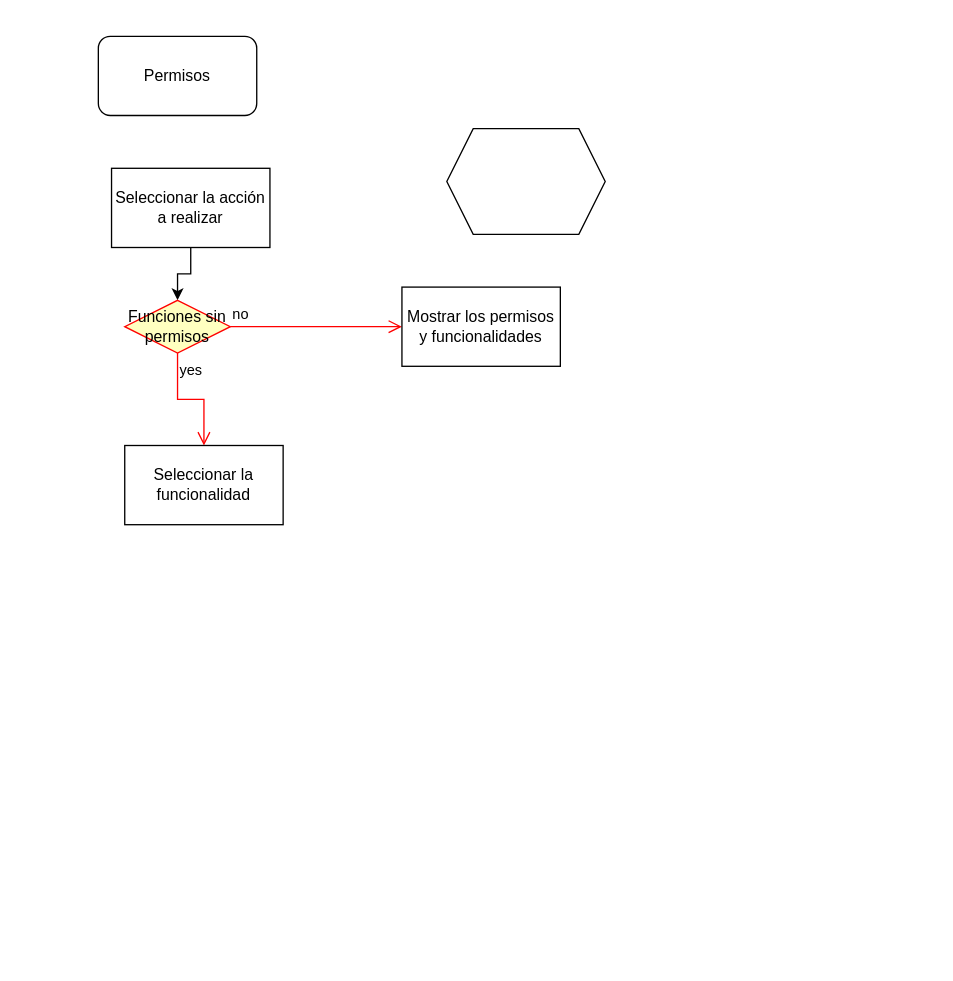
Before: page "Permisos" (2 of 3) of Proyecto.drawio in rrpovando/ProyectoDB, a draw.io diagram. Source tidied: cells renumbered, new cells numbered last; positions are measured from the earlier drawing's top-left corner, leaving out a move shared by most shapes. Both pictures are drawn from the tidied source at 132%, with x=0, y=0 at pixel (98, 36).
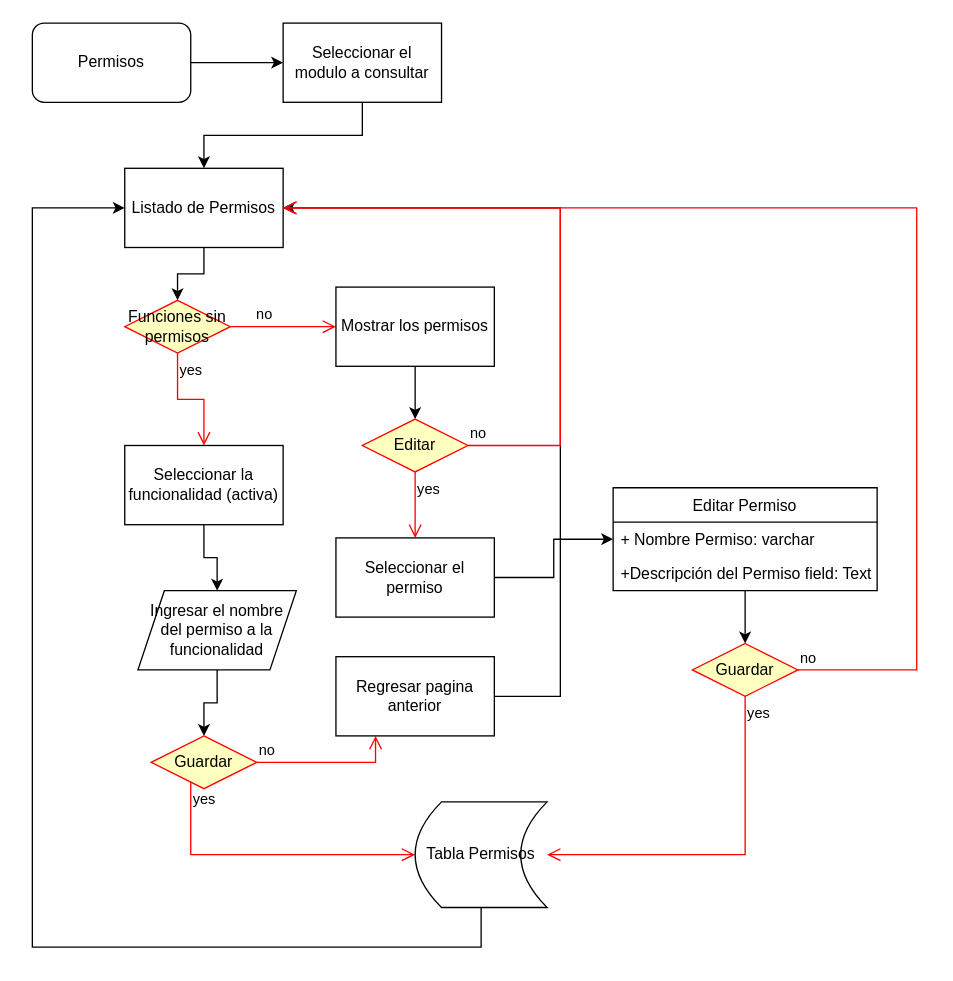
The same page after the edit.

Unchanged cells that the change refers to:
```xml
<mxCell id="6" value="Funciones sin permisos" style="rhombus;whiteSpace=wrap;html=1;fillColor=#ffffc0;strokeColor=#ff0000;" parent="1" vertex="1">
  <mxGeometry x="20" y="200" width="80" height="40" as="geometry" />
</mxCell>
```

The edit, as a diff of the source:
```diff
@@
+    <mxCell id="11" style="edgeStyle=orthogonalEdgeStyle;rounded=0;jettySize=auto;html=1;" parent="1" edge="1" source="2" target="5">
+      <mxGeometry relative="1" as="geometry" />
+    </mxCell>
     <mxCell id="2" value="Permisos" style="rounded=1;whiteSpace=wrap;html=1;" parent="1" vertex="1">
-      <mxGeometry width="120" height="60" as="geometry" />
+      <mxGeometry x="-50" y="-10" width="120" height="60" as="geometry" />
     </mxCell>
-    <mxCell id="3" style="shape=hexagon;perimeter=hexagonPerimeter2;whiteSpace=wrap;html=1;fixedSize=1;" parent="1" vertex="1">
-      <mxGeometry x="264" y="70" width="120" height="80" as="geometry" />
-    </mxCell>
-    <mxCell id="4" style="edgeStyle=orthogonalEdgeStyle;rounded=0;jettySize=auto;html=1;" parent="1" edge="1" source="5" target="6">
+    <mxCell id="4" style="edgeStyle=orthogonalEdgeStyle;rounded=0;jettySize=auto;html=1;entryX=0.5;entryY=0;entryDx=0;entryDy=0;" parent="1" edge="1" source="5" target="22">
       <mxGeometry relative="1" as="geometry" />
     </mxCell>
-    <mxCell id="5" value="Seleccionar la acción a realizar" style="rounded=0;whiteSpace=wrap;html=1;" parent="1" vertex="1">
-      <mxGeometry x="10" y="100" width="120" height="60" as="geometry" />
+    <mxCell id="5" value="Seleccionar el modulo a consultar" style="rounded=0;whiteSpace=wrap;html=1;" parent="1" vertex="1">
+      <mxGeometry x="140" y="-10" width="120" height="60" as="geometry" />
     </mxCell>
@@
     <mxCell id="7" value="no" style="edgeStyle=orthogonalEdgeStyle;html=1;align=left;verticalAlign=bottom;endArrow=open;endSize=8;strokeColor=#ff0000;rounded=0;entryX=0;entryY=0.5;entryDx=0;entryDy=0;" parent="1" edge="1" source="6" target="10">
-      <mxGeometry x="-1" relative="1" as="geometry" />
+      <mxGeometry x="-0.54" relative="1" as="geometry" />
     </mxCell>
@@
+    <mxCell id="12" style="edgeStyle=orthogonalEdgeStyle;rounded=0;jettySize=auto;html=1;" parent="1" edge="1" source="9" target="15">
+      <mxGeometry relative="1" as="geometry" />
+    </mxCell>
-    <mxCell id="9" value="Seleccionar la funcionalidad" style="rounded=0;whiteSpace=wrap;html=1;" parent="1" vertex="1">
+    <mxCell id="9" value="Seleccionar la funcionalidad (activa)" style="rounded=0;whiteSpace=wrap;html=1;" parent="1" vertex="1">
       <mxGeometry x="20" y="310" width="120" height="60" as="geometry" />
     </mxCell>
+    <mxCell id="13" style="edgeStyle=orthogonalEdgeStyle;rounded=0;jettySize=auto;html=1;" parent="1" edge="1" source="10" target="23">
+      <mxGeometry relative="1" as="geometry" />
+    </mxCell>
-    <mxCell id="10" value="Mostrar los permisos y funcionalidades" style="rounded=0;whiteSpace=wrap;html=1;" parent="1" vertex="1">
-      <mxGeometry x="230" y="190" width="120" height="60" as="geometry" />
+    <mxCell id="10" value="Mostrar los permisos" style="rounded=0;whiteSpace=wrap;html=1;" parent="1" vertex="1">
+      <mxGeometry x="180" y="190" width="120" height="60" as="geometry" />
     </mxCell>
+    <mxCell id="14" style="edgeStyle=orthogonalEdgeStyle;rounded=0;jettySize=auto;html=1;" parent="1" edge="1" source="15" target="16">
+      <mxGeometry relative="1" as="geometry" />
+    </mxCell>
+    <mxCell id="15" value="Ingresar el nombre del permiso a la funcionalidad" style="shape=parallelogram;perimeter=parallelogramPerimeter;whiteSpace=wrap;html=1;fixedSize=1;" parent="1" vertex="1">
+      <mxGeometry x="30" y="420" width="120" height="60" as="geometry" />
+    </mxCell>
+    <mxCell id="16" value="Guardar" style="rhombus;whiteSpace=wrap;html=1;fillColor=#ffffc0;strokeColor=#ff0000;" parent="1" vertex="1">
+      <mxGeometry x="40" y="530" width="80" height="40" as="geometry" />
+    </mxCell>
+    <mxCell id="17" value="no" style="edgeStyle=orthogonalEdgeStyle;html=1;align=left;verticalAlign=bottom;endArrow=open;endSize=8;strokeColor=#ff0000;rounded=0;" parent="1" edge="1" source="16" target="19">
+      <mxGeometry x="-1" relative="1" as="geometry">
+        <Array as="points">
+          <mxPoint x="210" y="550" />
+          <mxPoint x="210" y="490" />
+        </Array>
+      </mxGeometry>
+    </mxCell>
+    <mxCell id="18" value="yes" style="edgeStyle=orthogonalEdgeStyle;html=1;align=left;verticalAlign=top;endArrow=open;endSize=8;strokeColor=#ff0000;rounded=0;" parent="1" edge="1" source="16" target="35">
+      <mxGeometry x="-1" relative="1" as="geometry">
+        <Array as="points">
+          <mxPoint x="70" y="550" />
+        </Array>
+      </mxGeometry>
+    </mxCell>
+    <mxCell id="19" value="Regresar pagina anterior" style="rounded=0;whiteSpace=wrap;html=1;" parent="1" vertex="1">
+      <mxGeometry x="180" y="470" width="120" height="60" as="geometry" />
+    </mxCell>
+    <mxCell id="20" style="endArrow=classic;html=1;rounded=0;exitX=1;exitY=0.5;exitDx=0;exitDy=0;entryX=1;entryY=0.5;entryDx=0;entryDy=0;" parent="1" edge="1" source="19" target="22">
+      <mxGeometry relative="1" as="geometry">
+        <Array as="points">
+          <mxPoint x="350" y="500" />
+          <mxPoint x="350" y="130" />
+        </Array>
+      </mxGeometry>
+    </mxCell>
+    <mxCell id="21" style="edgeStyle=orthogonalEdgeStyle;rounded=0;jettySize=auto;html=1;" parent="1" edge="1" source="22" target="6">
+      <mxGeometry relative="1" as="geometry" />
+    </mxCell>
+    <mxCell id="22" value="Listado de Permisos" style="rounded=0;whiteSpace=wrap;html=1;fillColor=none;" parent="1" vertex="1">
+      <mxGeometry x="20" y="100" width="120" height="60" as="geometry" />
+    </mxCell>
+    <mxCell id="23" value="Editar" style="rhombus;whiteSpace=wrap;html=1;fillColor=#ffffc0;strokeColor=#ff0000;" parent="1" vertex="1">
+      <mxGeometry x="200" y="290" width="80" height="40" as="geometry" />
+    </mxCell>
+    <mxCell id="24" value="no" style="edgeStyle=orthogonalEdgeStyle;html=1;align=left;verticalAlign=bottom;endArrow=open;endSize=8;strokeColor=#ff0000;rounded=0;entryX=1;entryY=0.5;entryDx=0;entryDy=0;" parent="1" edge="1" source="23" target="22">
+      <mxGeometry x="-1" relative="1" as="geometry">
+        <Array as="points">
+          <mxPoint x="350" y="310" />
+          <mxPoint x="350" y="130" />
+        </Array>
+      </mxGeometry>
+    </mxCell>
+    <mxCell id="25" value="yes" style="edgeStyle=orthogonalEdgeStyle;html=1;align=left;verticalAlign=top;endArrow=open;endSize=8;strokeColor=#ff0000;rounded=0;entryX=0.5;entryY=0;entryDx=0;entryDy=0;" parent="1" edge="1" source="23" target="27">
+      <mxGeometry x="-1" relative="1" as="geometry" />
+    </mxCell>
+    <mxCell id="26" style="edgeStyle=orthogonalEdgeStyle;rounded=0;jettySize=auto;html=1;entryX=0;entryY=0.5;entryDx=0;entryDy=0;" parent="1" edge="1" source="27" target="30">
+      <mxGeometry relative="1" as="geometry" />
+    </mxCell>
+    <mxCell id="27" value="Seleccionar el permiso" style="rounded=0;whiteSpace=wrap;html=1;" parent="1" vertex="1">
+      <mxGeometry x="180" y="380" width="120" height="60" as="geometry" />
+    </mxCell>
+    <mxCell id="28" style="edgeStyle=orthogonalEdgeStyle;rounded=0;jettySize=auto;html=1;" parent="1" edge="1" source="29" target="32">
+      <mxGeometry relative="1" as="geometry" />
+    </mxCell>
+    <mxCell id="29" value="Editar Permiso" style="swimlane;fontStyle=0;horizontal=1;startSize=26;fillColor=none;" parent="1" vertex="1">
+      <mxGeometry x="390" y="342" width="200" height="78" as="geometry" />
+    </mxCell>
+    <mxCell id="30" value="+ Nombre Permiso: varchar" style="text;strokeColor=none;fillColor=none;align=left;verticalAlign=top;spacingLeft=4;spacingRight=4;overflow=hidden;points=[[0,0.5],[1,0.5]];portConstraint=eastwest;" parent="29" vertex="1">
+      <mxGeometry y="26" width="200" height="26" as="geometry" />
+    </mxCell>
+    <mxCell id="31" value="+Descripción del Permiso field: Text" style="text;strokeColor=none;fillColor=none;align=left;verticalAlign=top;spacingLeft=4;spacingRight=4;overflow=hidden;" parent="29" vertex="1">
+      <mxGeometry y="52" width="200" height="26" as="geometry" />
+    </mxCell>
+    <mxCell id="32" value="Guardar" style="rhombus;whiteSpace=wrap;html=1;fillColor=#ffffc0;strokeColor=#ff0000;" parent="1" vertex="1">
+      <mxGeometry x="450" y="460" width="80" height="40" as="geometry" />
+    </mxCell>
+    <mxCell id="33" value="no" style="edgeStyle=orthogonalEdgeStyle;html=1;align=left;verticalAlign=bottom;endArrow=open;endSize=8;strokeColor=#ff0000;rounded=0;" parent="1" edge="1" source="32">
+      <mxGeometry x="-1" relative="1" as="geometry">
+        <mxPoint x="140" y="130" as="targetPoint" />
+        <Array as="points">
+          <mxPoint x="620" y="480" />
+          <mxPoint x="620" y="130" />
+        </Array>
+      </mxGeometry>
+    </mxCell>
+    <mxCell id="34" value="yes" style="edgeStyle=orthogonalEdgeStyle;html=1;align=left;verticalAlign=top;endArrow=open;endSize=8;strokeColor=#ff0000;rounded=0;entryX=1;entryY=0.5;entryDx=0;entryDy=0;" parent="1" edge="1" source="32" target="35">
+      <mxGeometry x="-1" relative="1" as="geometry">
+        <Array as="points">
+          <mxPoint x="490" y="620" />
+        </Array>
+      </mxGeometry>
+    </mxCell>
+    <mxCell id="35" value="Tabla Permisos" style="shape=dataStorage;whiteSpace=wrap;html=1;fixedSize=1;fillColor=none;" parent="1" vertex="1">
+      <mxGeometry x="240" y="580" width="100" height="80" as="geometry" />
+    </mxCell>
+    <mxCell id="36" style="endArrow=classic;html=1;rounded=0;entryX=0;entryY=0.5;entryDx=0;entryDy=0;exitX=0.5;exitY=1;exitDx=0;exitDy=0;" parent="1" edge="1" source="35" target="22">
+      <mxGeometry relative="1" as="geometry">
+        <Array as="points">
+          <mxPoint x="290" y="690" />
+          <mxPoint x="-50" y="690" />
+          <mxPoint x="-50" y="410" />
+          <mxPoint x="-50" y="130" />
+        </Array>
+      </mxGeometry>
+    </mxCell>
```
